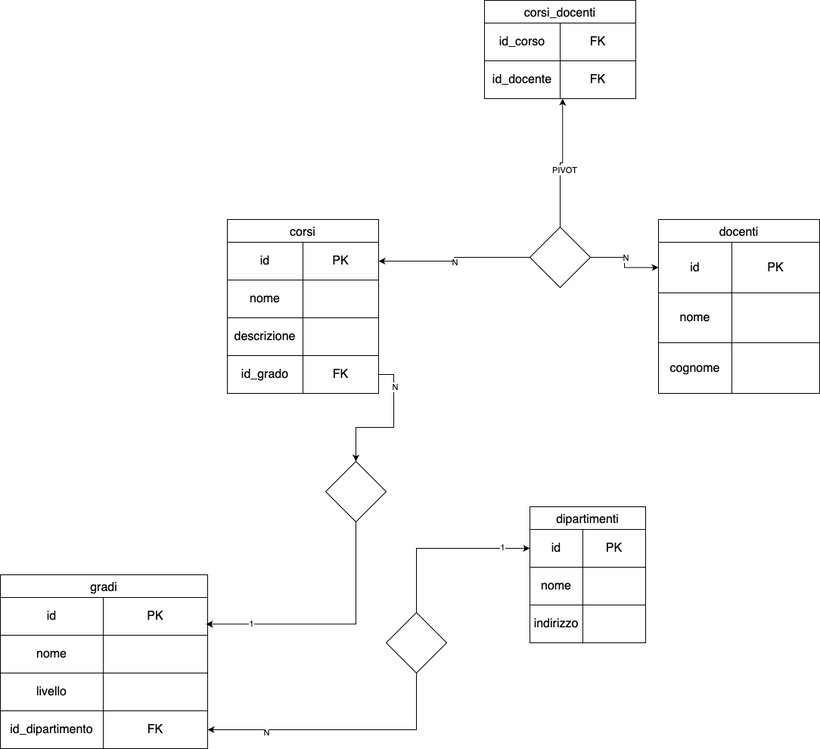
Earlier version of the draw.io export db-university.png (giorgiospirostopala/db-university). Source tidied: cells renumbered, new cells last; positions are measured from the earlier drawing's top-left corner, leaving out a move shared by most shapes.
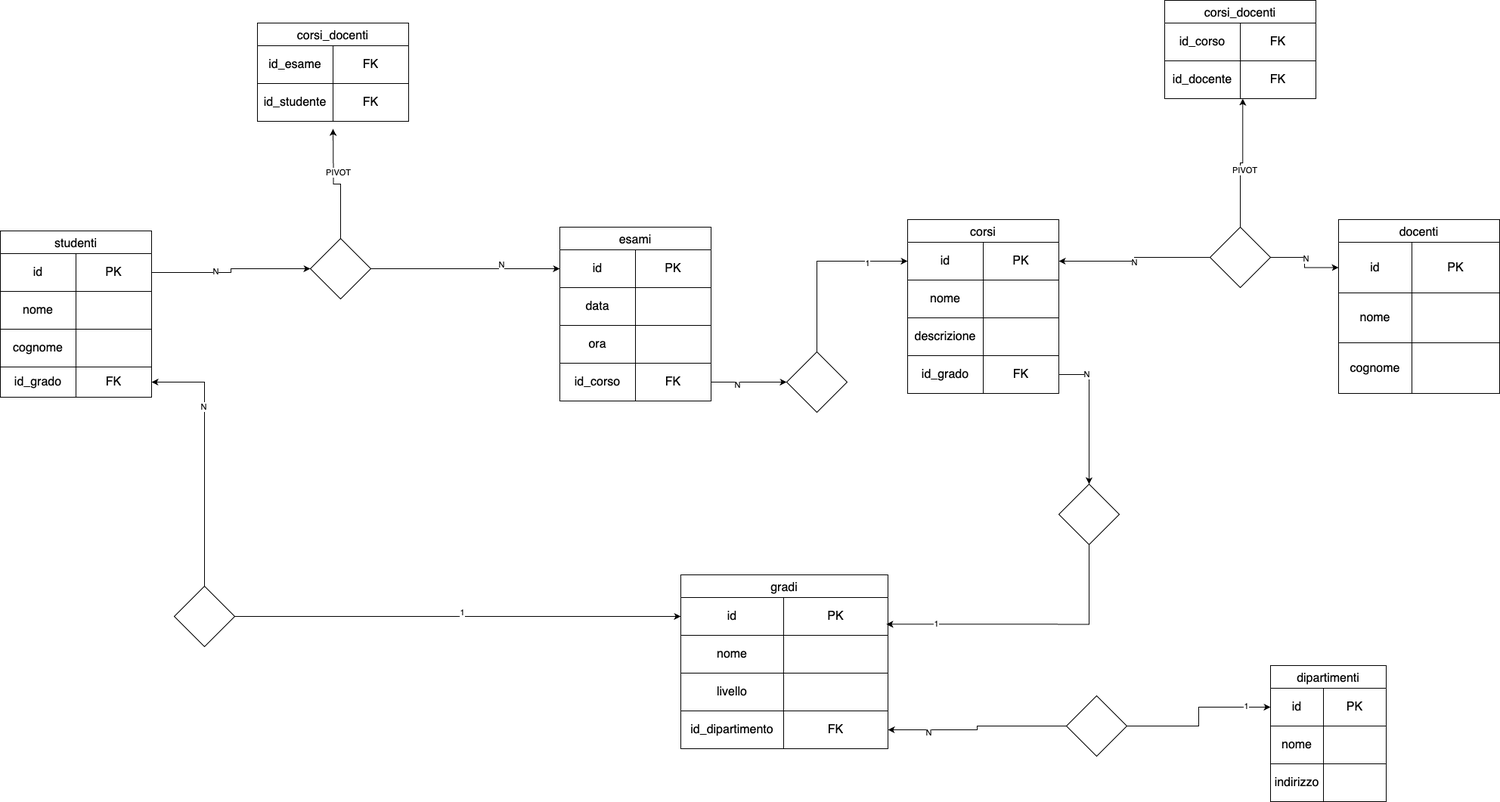
The same diagram one commit later.

The edit, as a diff of the source:
```diff
@@ -93,7 +93,7 @@
       <mxGeometry x="0.69" y="2" relative="1" as="geometry" />
     </mxCell>
     <mxCell id="32" style="rhombus;whiteSpace=wrap;html=1;" parent="1" vertex="1">
-      <mxGeometry x="510" y="810" width="80" height="80" as="geometry" />
+      <mxGeometry x="510" y="920" width="80" height="80" as="geometry" />
     </mxCell>
     <mxCell id="33" style="edgeStyle=orthogonalEdgeStyle;rounded=0;jettySize=auto;html=1;entryX=1;entryY=0.5;entryDx=0;entryDy=0;" parent="1" edge="1" source="32" target="13">
       <mxGeometry relative="1" as="geometry" />
@@ -102,7 +102,7 @@
       <mxGeometry x="0.56" y="3" relative="1" as="geometry" />
     </mxCell>
     <mxCell id="35" value="dipartimenti" style="shape=table;startSize=30;strokeColor=default;fontSize=16;swimlaneFillColor=default;" parent="1" vertex="1">
-      <mxGeometry x="700" y="670" width="153" height="180" as="geometry" />
+      <mxGeometry x="780" y="880" width="153" height="180" as="geometry" />
     </mxCell>
     <mxCell id="36" style="shape=tableRow;horizontal=0;startSize=0;swimlaneHead=0;swimlaneBody=0;strokeColor=inherit;top=0;left=0;bottom=0;right=0;fillColor=none;points=[[0,0.5],[1,0.5]];portConstraint=eastwest;fontSize=16;" parent="35" vertex="1">
       <mxGeometry y="30" width="153" height="50" as="geometry" />
@@ -132,7 +132,7 @@
       <mxGeometry x="70" width="83" height="50" as="geometry" />
     </mxCell>
     <mxCell id="45" style="rhombus;whiteSpace=wrap;html=1;" parent="1" vertex="1">
-      <mxGeometry x="430" y="610" width="80" height="80" as="geometry" />
+      <mxGeometry x="500" y="640" width="80" height="80" as="geometry" />
     </mxCell>
     <mxCell id="46" style="edgeStyle=orthogonalEdgeStyle;rounded=0;jettySize=auto;html=1;exitX=1;exitY=0.5;exitDx=0;exitDy=0;entryX=0.5;entryY=0;entryDx=0;entryDy=0;" parent="1" edge="1" source="26" target="45">
       <mxGeometry relative="1" as="geometry" />
@@ -226,5 +226,161 @@
     <mxCell id="75" value="PIVOT" style="edgeLabel;html=1;align=center;verticalAlign=middle;" parent="74" vertex="1">
       <mxGeometry x="-0.13" y="-5" relative="1" as="geometry" />
     </mxCell>
+    <mxCell id="76" value="esami" style="shape=table;startSize=30;strokeColor=default;fontSize=16;swimlaneFillColor=default;" parent="1" vertex="1">
+      <mxGeometry x="-160" y="300" width="200" height="230" as="geometry" />
+    </mxCell>
+    <mxCell id="77" style="shape=tableRow;horizontal=0;startSize=0;swimlaneHead=0;swimlaneBody=0;strokeColor=inherit;top=0;left=0;bottom=0;right=0;fillColor=none;points=[[0,0.5],[1,0.5]];portConstraint=eastwest;fontSize=16;" parent="76" vertex="1">
+      <mxGeometry y="30" width="200" height="50" as="geometry" />
+    </mxCell>
+    <mxCell id="78" value="id" style="shape=partialRectangle;html=1;whiteSpace=wrap;strokeColor=inherit;overflow=hidden;fillColor=none;top=0;left=0;bottom=0;right=0;fontSize=16;" parent="77" vertex="1">
+      <mxGeometry width="100" height="50" as="geometry" />
+    </mxCell>
+    <mxCell id="79" value="PK" style="shape=partialRectangle;html=1;whiteSpace=wrap;strokeColor=inherit;overflow=hidden;fillColor=none;top=0;left=0;bottom=0;right=0;fontSize=16;" parent="77" vertex="1">
+      <mxGeometry x="100" width="100" height="50" as="geometry" />
+    </mxCell>
+    <mxCell id="80" style="shape=tableRow;horizontal=0;startSize=0;swimlaneHead=0;swimlaneBody=0;strokeColor=inherit;top=0;left=0;bottom=0;right=0;fillColor=none;fontSize=16;" parent="76" vertex="1">
+      <mxGeometry y="80" width="200" height="50" as="geometry" />
+    </mxCell>
+    <mxCell id="81" value="data" style="shape=partialRectangle;html=1;whiteSpace=wrap;strokeColor=inherit;overflow=hidden;fillColor=none;top=0;left=0;bottom=0;right=0;fontSize=16;" parent="80" vertex="1">
+      <mxGeometry width="100" height="50" as="geometry" />
+    </mxCell>
+    <mxCell id="82" style="shape=partialRectangle;html=1;whiteSpace=wrap;strokeColor=inherit;overflow=hidden;fillColor=none;top=0;left=0;bottom=0;right=0;fontSize=16;" parent="80" vertex="1">
+      <mxGeometry x="100" width="100" height="50" as="geometry" />
+    </mxCell>
+    <mxCell id="83" style="shape=tableRow;horizontal=0;startSize=0;swimlaneHead=0;swimlaneBody=0;strokeColor=inherit;top=0;left=0;bottom=0;right=0;fillColor=none;fontSize=16;" parent="76" vertex="1">
+      <mxGeometry y="130" width="200" height="50" as="geometry" />
+    </mxCell>
+    <mxCell id="84" value="ora" style="shape=partialRectangle;html=1;whiteSpace=wrap;strokeColor=inherit;overflow=hidden;fillColor=none;top=0;left=0;bottom=0;right=0;fontSize=16;" parent="83" vertex="1">
+      <mxGeometry width="100" height="50" as="geometry" />
+    </mxCell>
+    <mxCell id="85" style="shape=partialRectangle;html=1;whiteSpace=wrap;strokeColor=inherit;overflow=hidden;fillColor=none;top=0;left=0;bottom=0;right=0;fontSize=16;" parent="83" vertex="1">
+      <mxGeometry x="100" width="100" height="50" as="geometry" />
+    </mxCell>
+    <mxCell id="86" style="shape=tableRow;horizontal=0;startSize=0;swimlaneHead=0;swimlaneBody=0;strokeColor=inherit;top=0;left=0;bottom=0;right=0;fillColor=none;points=[[0,0.5],[1,0.5]];portConstraint=eastwest;fontSize=16;" parent="76" vertex="1">
+      <mxGeometry y="180" width="200" height="50" as="geometry" />
+    </mxCell>
+    <mxCell id="87" value="id_corso" style="shape=partialRectangle;html=1;whiteSpace=wrap;strokeColor=inherit;overflow=hidden;fillColor=none;top=0;left=0;bottom=0;right=0;fontSize=16;" parent="86" vertex="1">
+      <mxGeometry width="100" height="50" as="geometry" />
+    </mxCell>
+    <mxCell id="88" value="FK" style="shape=partialRectangle;html=1;whiteSpace=wrap;strokeColor=inherit;overflow=hidden;fillColor=none;top=0;left=0;bottom=0;right=0;fontSize=16;" parent="86" vertex="1">
+      <mxGeometry x="100" width="100" height="50" as="geometry" />
+    </mxCell>
+    <mxCell id="89" style="edgeStyle=orthogonalEdgeStyle;rounded=0;jettySize=auto;html=1;entryX=0;entryY=0.5;entryDx=0;entryDy=0;" parent="1" edge="1" source="91" target="17">
+      <mxGeometry relative="1" as="geometry" />
+    </mxCell>
+    <mxCell id="90" value="1" style="edgeLabel;html=1;align=center;verticalAlign=middle;" parent="89" vertex="1">
+      <mxGeometry x="0.56" y="-2" relative="1" as="geometry" />
+    </mxCell>
+    <mxCell id="91" style="rhombus;whiteSpace=wrap;html=1;" parent="1" vertex="1">
+      <mxGeometry x="140" y="465" width="80" height="80" as="geometry" />
+    </mxCell>
+    <mxCell id="92" style="edgeStyle=orthogonalEdgeStyle;rounded=0;jettySize=auto;html=1;entryX=0;entryY=0.5;entryDx=0;entryDy=0;" parent="1" edge="1" source="86" target="91">
+      <mxGeometry relative="1" as="geometry" />
+    </mxCell>
+    <mxCell id="93" value="N" style="edgeLabel;html=1;align=center;verticalAlign=middle;" parent="92" vertex="1">
+      <mxGeometry x="-0.34" y="-3" relative="1" as="geometry" />
+    </mxCell>
+    <mxCell id="94" value="studenti" style="shape=table;startSize=30;strokeColor=default;fontSize=16;swimlaneFillColor=default;" parent="1" vertex="1">
+      <mxGeometry x="-900" y="305" width="200" height="220" as="geometry" />
+    </mxCell>
+    <mxCell id="95" style="shape=tableRow;horizontal=0;startSize=0;swimlaneHead=0;swimlaneBody=0;strokeColor=inherit;top=0;left=0;bottom=0;right=0;fillColor=none;points=[[0,0.5],[1,0.5]];portConstraint=eastwest;fontSize=16;" parent="94" vertex="1">
+      <mxGeometry y="30" width="200" height="50" as="geometry" />
+    </mxCell>
+    <mxCell id="96" value="id" style="shape=partialRectangle;html=1;whiteSpace=wrap;strokeColor=inherit;overflow=hidden;fillColor=none;top=0;left=0;bottom=0;right=0;fontSize=16;" parent="95" vertex="1">
+      <mxGeometry width="100" height="50" as="geometry" />
+    </mxCell>
+    <mxCell id="97" value="PK" style="shape=partialRectangle;html=1;whiteSpace=wrap;strokeColor=inherit;overflow=hidden;fillColor=none;top=0;left=0;bottom=0;right=0;fontSize=16;" parent="95" vertex="1">
+      <mxGeometry x="100" width="100" height="50" as="geometry" />
+    </mxCell>
+    <mxCell id="98" style="shape=tableRow;horizontal=0;startSize=0;swimlaneHead=0;swimlaneBody=0;strokeColor=inherit;top=0;left=0;bottom=0;right=0;fillColor=none;fontSize=16;" parent="94" vertex="1">
+      <mxGeometry y="80" width="200" height="50" as="geometry" />
+    </mxCell>
+    <mxCell id="99" value="nome" style="shape=partialRectangle;html=1;whiteSpace=wrap;strokeColor=inherit;overflow=hidden;fillColor=none;top=0;left=0;bottom=0;right=0;fontSize=16;" parent="98" vertex="1">
+      <mxGeometry width="100" height="50" as="geometry" />
+    </mxCell>
+    <mxCell id="100" style="shape=partialRectangle;html=1;whiteSpace=wrap;strokeColor=inherit;overflow=hidden;fillColor=none;top=0;left=0;bottom=0;right=0;fontSize=16;" parent="98" vertex="1">
+      <mxGeometry x="100" width="100" height="50" as="geometry" />
+    </mxCell>
+    <mxCell id="101" style="shape=tableRow;horizontal=0;startSize=0;swimlaneHead=0;swimlaneBody=0;strokeColor=inherit;top=0;left=0;bottom=0;right=0;fillColor=none;fontSize=16;" parent="94" vertex="1">
+      <mxGeometry y="130" width="200" height="50" as="geometry" />
+    </mxCell>
+    <mxCell id="102" value="cognome" style="shape=partialRectangle;html=1;whiteSpace=wrap;strokeColor=inherit;overflow=hidden;fillColor=none;top=0;left=0;bottom=0;right=0;fontSize=16;" parent="101" vertex="1">
+      <mxGeometry width="100" height="50" as="geometry" />
+    </mxCell>
+    <mxCell id="103" style="shape=partialRectangle;html=1;whiteSpace=wrap;strokeColor=inherit;overflow=hidden;fillColor=none;top=0;left=0;bottom=0;right=0;fontSize=16;" parent="101" vertex="1">
+      <mxGeometry x="100" width="100" height="50" as="geometry" />
+    </mxCell>
+    <mxCell id="104" style="shape=tableRow;horizontal=0;startSize=0;swimlaneHead=0;swimlaneBody=0;strokeColor=inherit;top=0;left=0;bottom=0;right=0;fillColor=none;points=[[0,0.5],[1,0.5]];portConstraint=eastwest;fontSize=16;" parent="94" vertex="1">
+      <mxGeometry y="180" width="200" height="40" as="geometry" />
+    </mxCell>
+    <mxCell id="105" value="id_grado" style="shape=partialRectangle;html=1;whiteSpace=wrap;strokeColor=inherit;overflow=hidden;fillColor=none;top=0;left=0;bottom=0;right=0;fontSize=16;" parent="104" vertex="1">
+      <mxGeometry width="100" height="40" as="geometry" />
+    </mxCell>
+    <mxCell id="106" value="FK" style="shape=partialRectangle;html=1;whiteSpace=wrap;strokeColor=inherit;overflow=hidden;fillColor=none;top=0;left=0;bottom=0;right=0;fontSize=16;" parent="104" vertex="1">
+      <mxGeometry x="100" width="100" height="40" as="geometry" />
+    </mxCell>
+    <mxCell id="107" style="edgeStyle=orthogonalEdgeStyle;rounded=0;jettySize=auto;html=1;entryX=0;entryY=0.5;entryDx=0;entryDy=0;" parent="1" edge="1" source="111" target="3">
+      <mxGeometry relative="1" as="geometry" />
+    </mxCell>
+    <mxCell id="108" value="1" style="edgeLabel;html=1;align=center;verticalAlign=middle;" parent="107" vertex="1">
+      <mxGeometry x="0.02" y="6" relative="1" as="geometry" />
+    </mxCell>
+    <mxCell id="109" style="edgeStyle=orthogonalEdgeStyle;rounded=0;jettySize=auto;html=1;entryX=1;entryY=0.5;entryDx=0;entryDy=0;" parent="1" edge="1" source="111" target="104">
+      <mxGeometry relative="1" as="geometry" />
+    </mxCell>
+    <mxCell id="110" value="N" style="edgeLabel;html=1;align=center;verticalAlign=middle;" parent="109" vertex="1">
+      <mxGeometry x="0.4" y="2" relative="1" as="geometry" />
+    </mxCell>
+    <mxCell id="111" style="rhombus;whiteSpace=wrap;html=1;" parent="1" vertex="1">
+      <mxGeometry x="-670" y="775" width="80" height="80" as="geometry" />
+    </mxCell>
+    <mxCell id="112" style="edgeStyle=orthogonalEdgeStyle;rounded=0;jettySize=auto;html=1;" parent="1" edge="1" source="116" target="77">
+      <mxGeometry relative="1" as="geometry" />
+    </mxCell>
+    <mxCell id="113" value="N" style="edgeLabel;html=1;align=center;verticalAlign=middle;" parent="112" vertex="1">
+      <mxGeometry x="0.37" y="6" relative="1" as="geometry" />
+    </mxCell>
+    <mxCell id="114" style="edgeStyle=orthogonalEdgeStyle;rounded=0;jettySize=auto;html=1;" parent="1" edge="1" source="116">
+      <mxGeometry relative="1" as="geometry">
+        <mxPoint x="-460" y="170" as="targetPoint" />
+      </mxGeometry>
+    </mxCell>
+    <mxCell id="115" value="PIVOT" style="edgeLabel;html=1;align=center;verticalAlign=middle;" parent="114" vertex="1">
+      <mxGeometry x="0.25" y="-6" relative="1" as="geometry">
+        <mxPoint y="-1" as="offset" />
+      </mxGeometry>
+    </mxCell>
+    <mxCell id="116" style="rhombus;whiteSpace=wrap;html=1;" parent="1" vertex="1">
+      <mxGeometry x="-490" y="315" width="80" height="80" as="geometry" />
+    </mxCell>
+    <mxCell id="117" style="edgeStyle=orthogonalEdgeStyle;rounded=0;jettySize=auto;html=1;entryX=0;entryY=0.5;entryDx=0;entryDy=0;" parent="1" edge="1" source="95" target="116">
+      <mxGeometry relative="1" as="geometry" />
+    </mxCell>
+    <mxCell id="118" value="N" style="edgeLabel;html=1;align=center;verticalAlign=middle;" parent="117" vertex="1">
+      <mxGeometry x="-0.21" y="3" relative="1" as="geometry">
+        <mxPoint y="1" as="offset" />
+      </mxGeometry>
+    </mxCell>
+    <mxCell id="119" value="corsi_docenti" style="shape=table;startSize=30;strokeColor=default;fontSize=16;swimlaneFillColor=default;" parent="1" vertex="1">
+      <mxGeometry x="-560" y="30" width="200" height="130" as="geometry" />
+    </mxCell>
+    <mxCell id="120" style="shape=tableRow;horizontal=0;startSize=0;swimlaneHead=0;swimlaneBody=0;strokeColor=inherit;top=0;left=0;bottom=0;right=0;fillColor=none;fontSize=16;" parent="119" vertex="1">
+      <mxGeometry y="30" width="200" height="50" as="geometry" />
+    </mxCell>
+    <mxCell id="121" value="id_esame" style="shape=partialRectangle;html=1;whiteSpace=wrap;strokeColor=inherit;overflow=hidden;fillColor=none;top=0;left=0;bottom=0;right=0;fontSize=16;" parent="120" vertex="1">
+      <mxGeometry width="100" height="50" as="geometry" />
+    </mxCell>
+    <mxCell id="122" value="FK" style="shape=partialRectangle;html=1;whiteSpace=wrap;strokeColor=inherit;overflow=hidden;fillColor=none;top=0;left=0;bottom=0;right=0;fontSize=16;" parent="120" vertex="1">
+      <mxGeometry x="100" width="100" height="50" as="geometry" />
+    </mxCell>
+    <mxCell id="123" style="shape=tableRow;horizontal=0;startSize=0;swimlaneHead=0;swimlaneBody=0;strokeColor=inherit;top=0;left=0;bottom=0;right=0;fillColor=none;fontSize=16;" parent="119" vertex="1">
+      <mxGeometry y="80" width="200" height="50" as="geometry" />
+    </mxCell>
+    <mxCell id="124" value="id_studente" style="shape=partialRectangle;html=1;whiteSpace=wrap;strokeColor=inherit;overflow=hidden;fillColor=none;top=0;left=0;bottom=0;right=0;fontSize=16;" parent="123" vertex="1">
+      <mxGeometry width="100" height="50" as="geometry" />
+    </mxCell>
+    <mxCell id="125" value="FK" style="shape=partialRectangle;html=1;whiteSpace=wrap;strokeColor=inherit;overflow=hidden;fillColor=none;top=0;left=0;bottom=0;right=0;fontSize=16;" parent="123" vertex="1">
+      <mxGeometry x="100" width="100" height="50" as="geometry" />
+    </mxCell>
   </root>
 </mxGraphModel>
```
